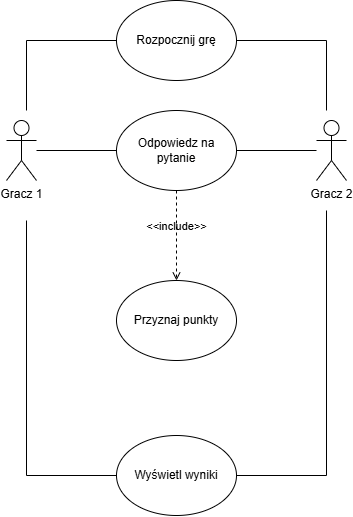
Above: photos/diagram_przyp_uz.png in JakHar3/POiIO_JakubHarlacz_BartoszJurkowski_projekt (draw.io), before the change. Source tidied: cells renumbered, new cells last; positions are measured from the earlier drawing's top-left corner, leaving out a move shared by most shapes.
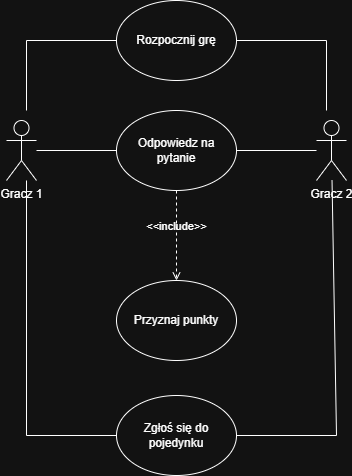
After the commit.

Diff of the diagram source:
```diff
@@ -17,9 +17,6 @@
     <mxCell id="6" value="Przyznaj punkty" style="ellipse;whiteSpace=wrap;html=1;" parent="1" vertex="1">
       <mxGeometry x="110" y="280" width="120" height="80" as="geometry" />
     </mxCell>
-    <mxCell id="7" value="Wyświetl wyniki" style="ellipse;whiteSpace=wrap;html=1;" parent="1" vertex="1">
-      <mxGeometry x="110" y="435" width="120" height="80" as="geometry" />
-    </mxCell>
     <mxCell id="8" style="endArrow=none;html=1;rounded=0;entryX=0;entryY=0.5;entryDx=0;entryDy=0;" parent="1" edge="1" target="4">
       <mxGeometry relative="1" as="geometry">
         <mxPoint x="20" y="110" as="sourcePoint" />
@@ -45,21 +42,23 @@
     <mxCell id="12" value="&amp;lt;&amp;lt;include&amp;gt;&amp;gt;" style="html=1;verticalAlign=bottom;labelBackgroundColor=none;endArrow=open;endFill=0;dashed=1;rounded=0;exitX=0.5;exitY=1;exitDx=0;exitDy=0;entryX=0.5;entryY=0;entryDx=0;entryDy=0;" parent="1" edge="1" source="5" target="6">
       <mxGeometry relative="1" as="geometry" />
     </mxCell>
-    <mxCell id="13" style="endArrow=none;html=1;rounded=0;exitX=0;exitY=0.5;exitDx=0;exitDy=0;" parent="1" edge="1" source="7">
-      <mxGeometry relative="1" as="geometry">
-        <mxPoint x="20" y="220" as="targetPoint" />
-        <Array as="points">
-          <mxPoint x="20" y="475" />
-        </Array>
-      </mxGeometry>
-    </mxCell>
-    <mxCell id="14" style="endArrow=none;html=1;rounded=0;exitX=1;exitY=0.5;exitDx=0;exitDy=0;" parent="1" edge="1" source="7">
-      <mxGeometry relative="1" as="geometry">
-        <mxPoint x="320" y="210" as="targetPoint" />
-        <Array as="points">
-          <mxPoint x="320" y="475" />
-        </Array>
-      </mxGeometry>
-    </mxCell>
+    <mxCell id="15" value="Zgłoś się do pojedynku" style="ellipse;whiteSpace=wrap;html=1;" parent="1" vertex="1">
+      <mxGeometry x="110" y="395" width="120" height="80" as="geometry" />
+    </mxCell>
+    <mxCell id="16" style="endArrow=none;html=1;rounded=0;exitX=1;exitY=0.5;exitDx=0;exitDy=0;" parent="1" edge="1" source="15" target="3">
+      <mxGeometry relative="1" as="geometry">
+        <Array as="points">
+          <mxPoint x="330" y="435" />
+        </Array>
+      </mxGeometry>
+    </mxCell>
+    <mxCell id="17" style="endArrow=none;html=1;rounded=0;exitX=0;exitY=0.5;exitDx=0;exitDy=0;" parent="1" edge="1" source="15">
+      <mxGeometry relative="1" as="geometry">
+        <mxPoint x="20" y="180" as="targetPoint" />
+        <Array as="points">
+          <mxPoint x="20" y="435" />
+        </Array>
+      </mxGeometry>
+    </mxCell>
   </root>
 </mxGraphModel>
```
